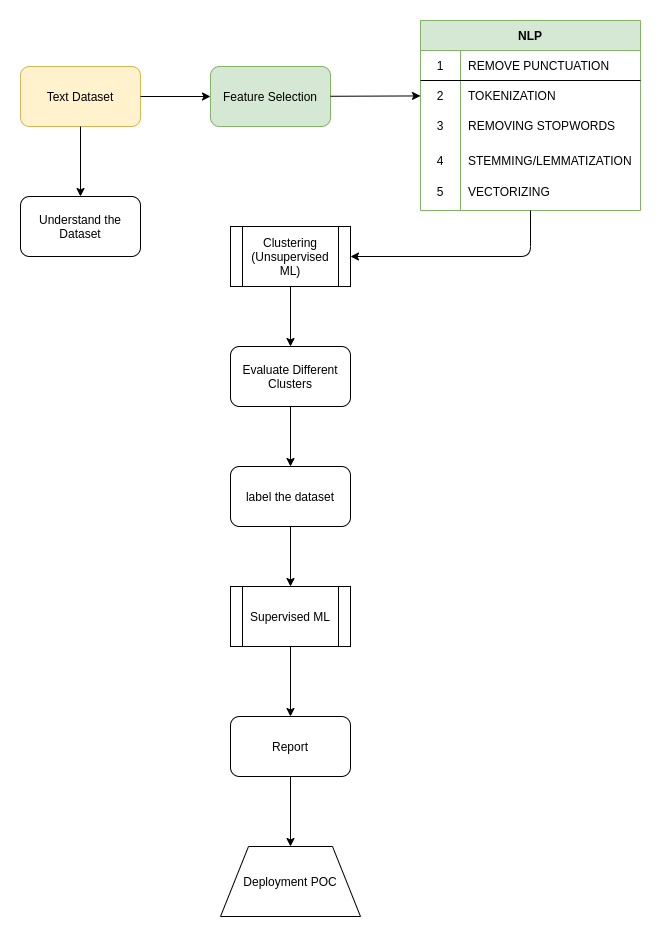
Before: screenshots/textprocessing.png, a diagram exported from draw.io (Connecting-the-Dots-with-ML/Email-Semantic-Analysis). Source tidied: cells renumbered, new cells last; positions are measured from the earlier drawing's top-left corner, leaving out a move shared by most shapes.
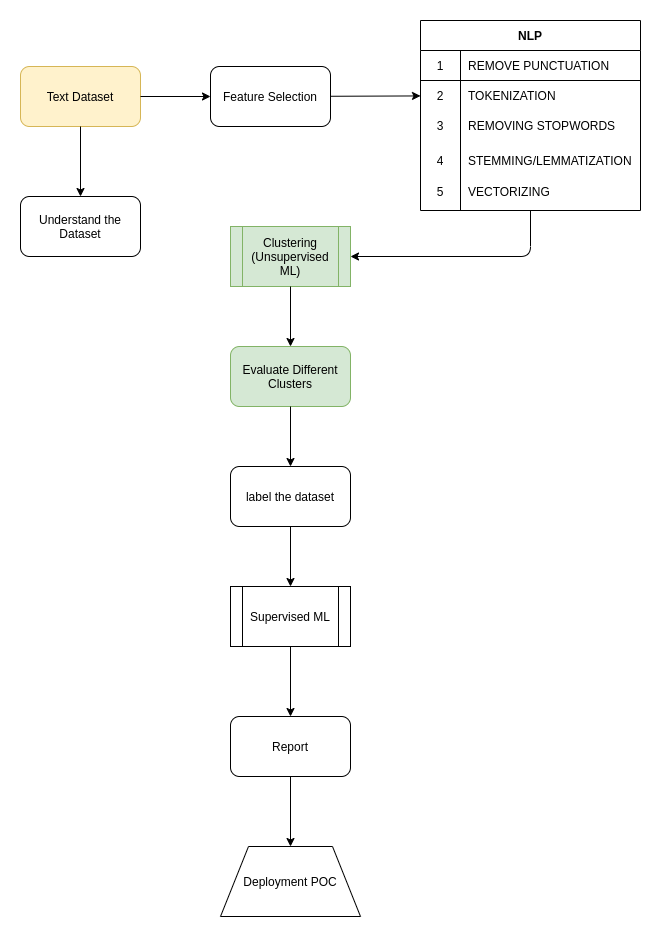
Above is the later version.

Commit message:
docs: updated status of pipeline

Diff of the diagram source:
```diff
@@ -11,7 +11,7 @@
     <mxCell id="4" value="Understand the Dataset" style="rounded=1;whiteSpace=wrap;html=1;" parent="1" vertex="1">
       <mxGeometry y="176" width="120" height="60" as="geometry" />
     </mxCell>
-    <mxCell id="5" value="Feature Selection" style="rounded=1;whiteSpace=wrap;html=1;fillColor=#d5e8d4;strokeColor=#82b366;" parent="1" vertex="1">
+    <mxCell id="5" value="Feature Selection" style="rounded=1;whiteSpace=wrap;html=1;" parent="1" vertex="1">
       <mxGeometry x="190" y="46" width="120" height="60" as="geometry" />
     </mxCell>
     <mxCell id="6" style="endArrow=classic;html=1;exitX=1;exitY=0.5;exitDx=0;exitDy=0;" parent="1" edge="1" source="2" target="5">
@@ -20,7 +20,7 @@
     <mxCell id="7" style="endArrow=classic;html=1;" parent="1" edge="1" source="5" target="12">
       <mxGeometry relative="1" as="geometry" />
     </mxCell>
-    <mxCell id="8" value="NLP" style="shape=table;html=1;whiteSpace=wrap;startSize=30;rowLines=0;fontStyle=1;align=center;fillColor=#d5e8d4;strokeColor=#82b366;" parent="1" vertex="1">
+    <mxCell id="8" value="NLP" style="shape=table;html=1;whiteSpace=wrap;startSize=30;rowLines=0;fontStyle=1;align=center;" parent="1" vertex="1">
       <mxGeometry x="400" width="220" height="190" as="geometry" />
     </mxCell>
     <mxCell id="9" style="shape=partialRectangle;html=1;whiteSpace=wrap;fillColor=none;top=0;left=0;bottom=1;right=0;" parent="8" vertex="1">
@@ -75,13 +75,13 @@
         </Array>
       </mxGeometry>
     </mxCell>
-    <mxCell id="25" value="Clustering&lt;br&gt;(Unsupervised ML)" style="shape=process;whiteSpace=wrap;html=1;backgroundOutline=1;" parent="1" vertex="1">
+    <mxCell id="25" value="Clustering&lt;br&gt;(Unsupervised ML)" style="shape=process;whiteSpace=wrap;html=1;backgroundOutline=1;fillColor=#d5e8d4;strokeColor=#82b366;" parent="1" vertex="1">
       <mxGeometry x="210" y="206" width="120" height="60" as="geometry" />
     </mxCell>
     <mxCell id="26" value="Supervised ML" style="shape=process;whiteSpace=wrap;html=1;backgroundOutline=1;" parent="1" vertex="1">
       <mxGeometry x="210" y="566" width="120" height="60" as="geometry" />
     </mxCell>
-    <mxCell id="27" value="Evaluate Different Clusters" style="rounded=1;whiteSpace=wrap;html=1;" parent="1" vertex="1">
+    <mxCell id="27" value="Evaluate Different Clusters" style="rounded=1;whiteSpace=wrap;html=1;fillColor=#d5e8d4;strokeColor=#82b366;" parent="1" vertex="1">
       <mxGeometry x="210" y="326" width="120" height="60" as="geometry" />
     </mxCell>
     <mxCell id="28" style="endArrow=classic;html=1;entryX=0.5;entryY=0;entryDx=0;entryDy=0;" parent="1" edge="1" source="25" target="27">
```
